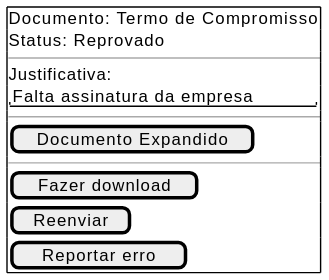
Before: docs/assets/Diagramas/out/detalhes_documento.svg, a diagram exported from PlantUML (Projetos-de-Extensao/PBE_26.1_8002_III). Its diagram source:
```plantuml
@startsalt
{+
Documento: Termo de Compromisso
Status: Reprovado
--
Justificativa:
"Falta assinatura da empresa"
--
[ Documento Expandido ]
--
[ Fazer download ]
[ Reenviar ]
[ Reportar erro ]
}
@endsalt
```
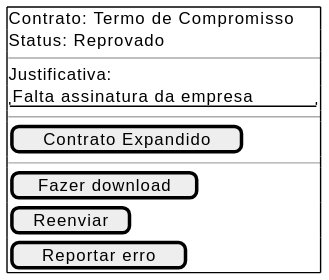
Above is the later version.

Diff of the diagram source:
```diff
@@ -1,12 +1,12 @@
 @startsalt
 {+
-Documento: Termo de Compromisso
+Contrato: Termo de Compromisso
 Status: Reprovado
 --
 Justificativa:
 "Falta assinatura da empresa"
 --
-[ Documento Expandido ]
+[ Contrato Expandido ]
 --
 [ Fazer download ]
 [ Reenviar ]
```
